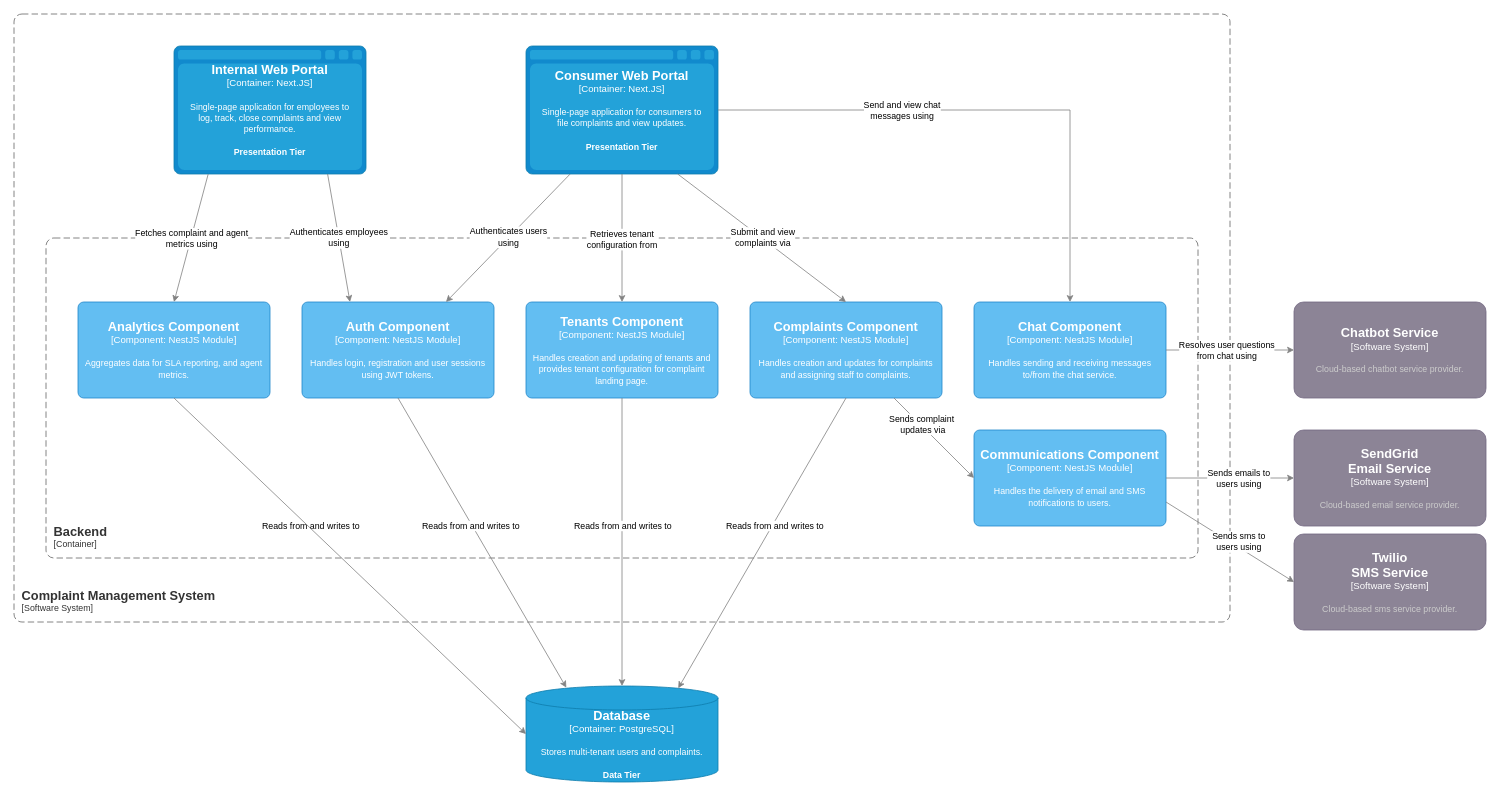
Before: page "Component Diagram" (3 of 4) of diagrams/diagrams-c4.drawio in AAigars/cms-saad, a draw.io diagram. Source tidied: cells renumbered, new cells numbered last; positions are measured from the earlier drawing's top-left corner, leaving out a move shared by most shapes. Both pictures are drawn from the tidied source at 80%, with x=0, y=0 at pixel (14, 14).
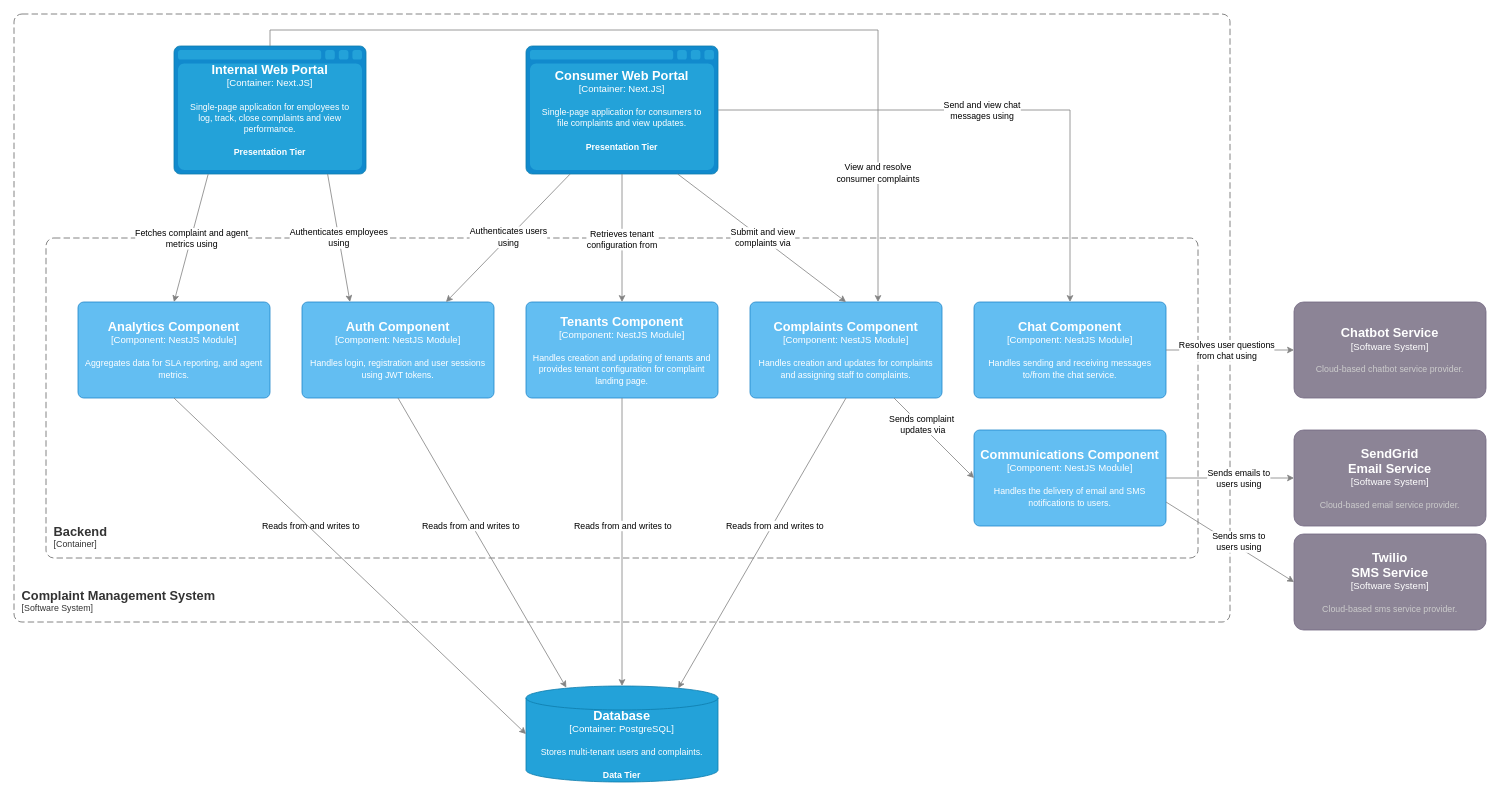
After the change.

Commit message (it also covers changes not shown here):
fix: internal web portal utilises complaints component

Unchanged cells that the change refers to:
```xml
<object id="23" label="&lt;font style=&quot;font-size: 16px&quot;&gt;&lt;b&gt;%c4Name%&lt;/b&gt;&lt;/font&gt;&lt;div&gt;[%c4Type%:&amp;nbsp;%c4Technology%]&lt;/div&gt;&lt;br&gt;&lt;div&gt;&lt;font style=&quot;font-size: 11px&quot;&gt;&lt;font&gt;%c4Description%&lt;/font&gt;&lt;/font&gt;&lt;/div&gt;" c4Description="Single-page application for employees to &lt;br/&gt;log, track, close complaints and view performance.&#10;&#10;&lt;b&gt;Presentation Tier&lt;/b&gt;" c4Name="Internal Web Portal" c4Technology="Next.JS" c4Type="Container" placeholders="1">
  <mxCell style="shape=mxgraph.c4.webBrowserContainer2;whiteSpace=wrap;html=1;boundedLbl=1;rounded=0;labelBackgroundColor=none;strokeColor=#118ACD;fillColor=#23A2D9;strokeColor=#118ACD;strokeColor2=#0E7DAD;fontSize=12;fontColor=#FFFFFF;align=center;points=[[0.5,0,0],[1,0.25,0],[1,0.5,0],[1,0.75,0],[0.5,1,0],[0,0.75,0],[0,0.5,0],[0,0.25,0]];" parent="1" vertex="1">
    <mxGeometry x="200" y="40" width="240" height="160" as="geometry" />
  </mxCell>
</object>
<mxCell id="37" style="edgeStyle=orthogonalEdgeStyle;rounded=0;jettySize=auto;html=1;entryX=0.5;entryY=0;entryDx=0;entryDy=0;entryPerimeter=0;strokeColor=#828282;" parent="1" edge="1" source="3" target="32">
  <mxGeometry relative="1" as="geometry" />
</mxCell>
```

Diff of the diagram source:
```diff
@@
     <mxCell id="38" value="Send and view chat&lt;div&gt;messages using&lt;/div&gt;" style="edgeLabel;html=1;align=center;verticalAlign=middle;" parent="37" vertex="1">
       <mxGeometry x="-0.42" relative="1" as="geometry">
-        <mxPoint x="32" as="offset" />
+        <mxPoint x="132" as="offset" />
       </mxGeometry>
     </mxCell>
@@
+    <mxCell id="45" style="edgeStyle=orthogonalEdgeStyle;rounded=0;jettySize=auto;html=1;strokeColor=#828282;fontStyle=1;curved=0;shadow=0;" parent="1" edge="1" source="23">
+      <mxGeometry relative="1" as="geometry">
+        <mxPoint x="1080" y="360" as="targetPoint" />
+        <Array as="points">
+          <mxPoint x="320" y="20" />
+          <mxPoint x="1080" y="20" />
+        </Array>
+      </mxGeometry>
+    </mxCell>
+    <mxCell id="46" value="View and resolve&lt;div&gt;consumer complaints&lt;/div&gt;" style="edgeLabel;html=1;align=center;verticalAlign=middle;" parent="45" vertex="1">
+      <mxGeometry x="0.71" y="-1" relative="1" as="geometry" />
+    </mxCell>
```
